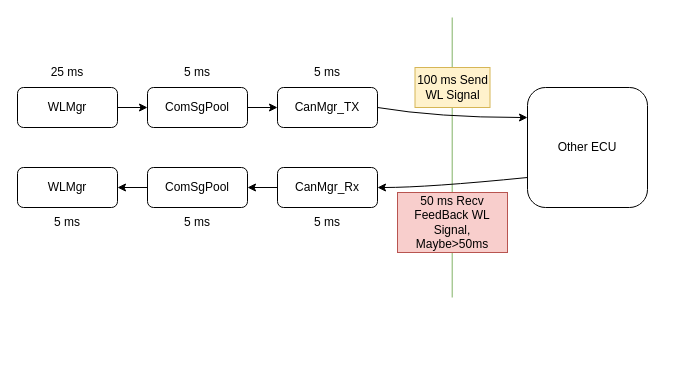
Before: wl_feedback.drawio in woshitanwang/pics_procdure, a draw.io diagram. Source tidied: cells renumbered, new cells numbered last; positions are measured from the earlier drawing's top-left corner, leaving out a move shared by most shapes. Both pictures are drawn from the tidied source at 100%, with x=0, y=0 at pixel (17, 17).
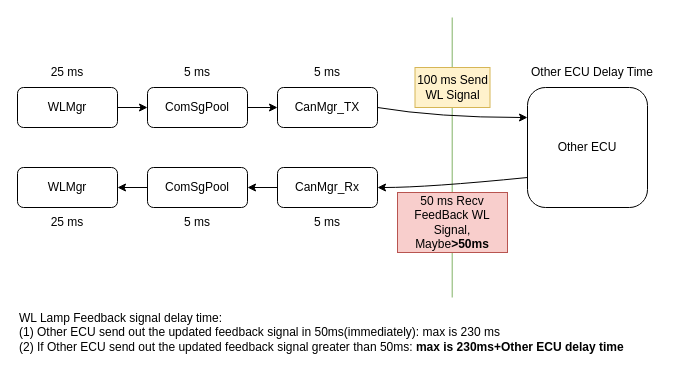
The same page after the edit.

Change to the diagram source:
```diff
@@
-    <mxCell id="19" value="50 ms Recv FeedBack WL Signal, Maybe&amp;gt;50ms" style="text;html=1;strokeColor=#b85450;fillColor=#f8cecc;align=center;verticalAlign=middle;whiteSpace=wrap;rounded=0;" parent="1" vertex="1">
+    <mxCell id="19" value="50 ms Recv FeedBack WL Signal, Maybe&lt;b&gt;&amp;gt;50ms&lt;/b&gt;" style="text;html=1;strokeColor=#b85450;fillColor=#f8cecc;align=center;verticalAlign=middle;whiteSpace=wrap;rounded=0;" parent="1" vertex="1">
       <mxGeometry x="380" y="175" width="110" height="60" as="geometry" />
     </mxCell>
@@
-    <mxCell id="21" value="5 ms" style="text;html=1;strokeColor=none;fillColor=none;align=center;verticalAlign=middle;whiteSpace=wrap;rounded=0;" parent="1" vertex="1">
+    <mxCell id="21" value="25 ms" style="text;html=1;strokeColor=none;fillColor=none;align=center;verticalAlign=middle;whiteSpace=wrap;rounded=0;" parent="1" vertex="1">
       <mxGeometry x="20" y="190" width="60" height="30" as="geometry" />
     </mxCell>
@@
+    <mxCell id="24" value="&lt;span style=&quot;font-weight: normal;&quot;&gt;WL Lamp Feedback signal delay time:&lt;br&gt;(1) Other ECU send out the updated feedback signal in 50ms(immediately): max is&amp;nbsp;230 ms&lt;br&gt;(2) If Other ECU send out the updated feedback signal greater than 50ms: &lt;/span&gt;max is 230ms+Other ECU delay time" style="text;html=1;strokeColor=none;fillColor=none;align=left;verticalAlign=middle;whiteSpace=wrap;rounded=0;fontStyle=1;" parent="1" vertex="1">
+      <mxGeometry y="290" width="650" height="50" as="geometry" />
+    </mxCell>
+    <mxCell id="25" value="Other ECU Delay Time" style="text;html=1;strokeColor=none;fillColor=none;align=center;verticalAlign=middle;whiteSpace=wrap;rounded=0;" parent="1" vertex="1">
+      <mxGeometry x="510" y="40" width="130" height="30" as="geometry" />
+    </mxCell>
```
